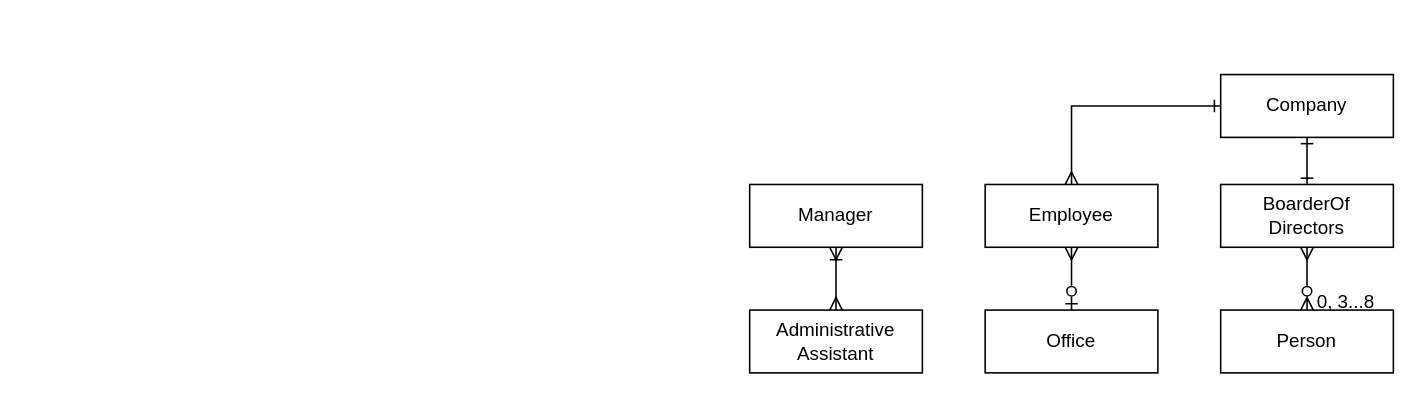
Niomoo/Object-Oriented-Software-Programming keeps this draw.io diagram as Hw2/Class Diagram.drawio. Above is the earlier version. Source tidied: cells renumbered, new cells numbered last; positions are measured from the earlier drawing's top-left corner, leaving out a move shared by most shapes. Both pictures are drawn from the tidied source at 157%, with x=0, y=0 at pixel (749, 74).
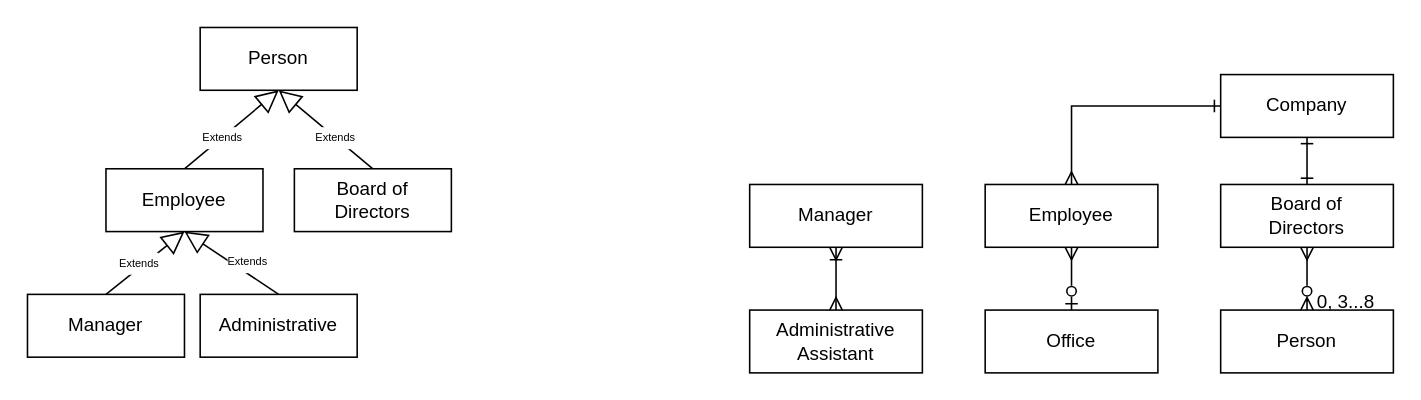
The same page after the edit.

What changed in the source:
```diff
@@
-    <mxCell id="7" value="BoarderOf&lt;br&gt;Directors" style="html=1;whiteSpace=wrap;" parent="1" vertex="1">
+    <mxCell id="7" value="Board of&lt;br&gt;Directors" style="html=1;whiteSpace=wrap;" parent="1" vertex="1">
       <mxGeometry x="300" y="70" width="110" height="40" as="geometry" />
     </mxCell>
@@
+    <mxCell id="15" value="Person" style="html=1;whiteSpace=wrap;" parent="1" vertex="1">
+      <mxGeometry x="-350" y="-30" width="100" height="40" as="geometry" />
+    </mxCell>
+    <mxCell id="16" value="&lt;p style=&quot;line-height: 0%; font-size: 7px;&quot;&gt;&lt;font style=&quot;font-size: 7px;&quot;&gt;Extends&lt;/font&gt;&lt;/p&gt;" style="endArrow=block;endSize=12;endFill=0;html=1;rounded=0;entryX=0.5;entryY=1;entryDx=0;entryDy=0;jumpSize=6;fontSize=7;spacing=2;startSize=6;exitX=0.5;exitY=0;exitDx=0;exitDy=0;" parent="1" edge="1" source="17" target="15">
+      <mxGeometry x="-0.2" relative="1" as="geometry" />
+    </mxCell>
+    <mxCell id="17" value="Employee" style="html=1;whiteSpace=wrap;" parent="1" vertex="1">
+      <mxGeometry x="-410" y="60" width="100" height="40" as="geometry" />
+    </mxCell>
+    <mxCell id="18" value="&lt;p style=&quot;line-height: 0%; font-size: 7px;&quot;&gt;&lt;font style=&quot;font-size: 7px;&quot;&gt;Extends&lt;/font&gt;&lt;/p&gt;" style="endArrow=block;endSize=12;endFill=0;html=1;rounded=0;entryX=0.5;entryY=1;entryDx=0;entryDy=0;jumpSize=6;fontSize=7;spacing=2;startSize=6;exitX=0.5;exitY=0;exitDx=0;exitDy=0;" parent="1" edge="1" source="19" target="17">
+      <mxGeometry x="-0.1" y="2" relative="1" as="geometry" />
+    </mxCell>
+    <mxCell id="19" value="Manager" style="html=1;whiteSpace=wrap;" parent="1" vertex="1">
+      <mxGeometry x="-460" y="140" width="100" height="40" as="geometry" />
+    </mxCell>
+    <mxCell id="20" value="Administrative" style="html=1;whiteSpace=wrap;" parent="1" vertex="1">
+      <mxGeometry x="-350" y="140" width="100" height="40" as="geometry" />
+    </mxCell>
+    <mxCell id="21" value="&lt;p style=&quot;line-height: 0%; font-size: 7px;&quot;&gt;&lt;font style=&quot;font-size: 7px;&quot;&gt;Extends&lt;/font&gt;&lt;/p&gt;" style="endArrow=block;endSize=12;endFill=0;html=1;rounded=0;entryX=0.5;entryY=1;entryDx=0;entryDy=0;jumpSize=6;fontSize=7;spacing=2;startSize=6;exitX=0.5;exitY=0;exitDx=0;exitDy=0;" parent="1" edge="1" source="20" target="17">
+      <mxGeometry x="-0.23" y="-6" relative="1" as="geometry" />
+    </mxCell>
+    <mxCell id="22" value="&lt;p style=&quot;line-height: 0%; font-size: 7px;&quot;&gt;&lt;font style=&quot;font-size: 7px;&quot;&gt;Extends&lt;/font&gt;&lt;/p&gt;" style="endArrow=block;endSize=12;endFill=0;html=1;rounded=0;entryX=0.5;entryY=1;entryDx=0;entryDy=0;jumpSize=6;fontSize=7;spacing=2;startSize=6;exitX=0.5;exitY=0;exitDx=0;exitDy=0;" parent="1" edge="1" source="23" target="15">
+      <mxGeometry x="-0.2" relative="1" as="geometry" />
+    </mxCell>
+    <mxCell id="23" value="Board of&lt;br&gt;Directors" style="html=1;whiteSpace=wrap;" parent="1" vertex="1">
+      <mxGeometry x="-290" y="60" width="100" height="40" as="geometry" />
+    </mxCell>
```
